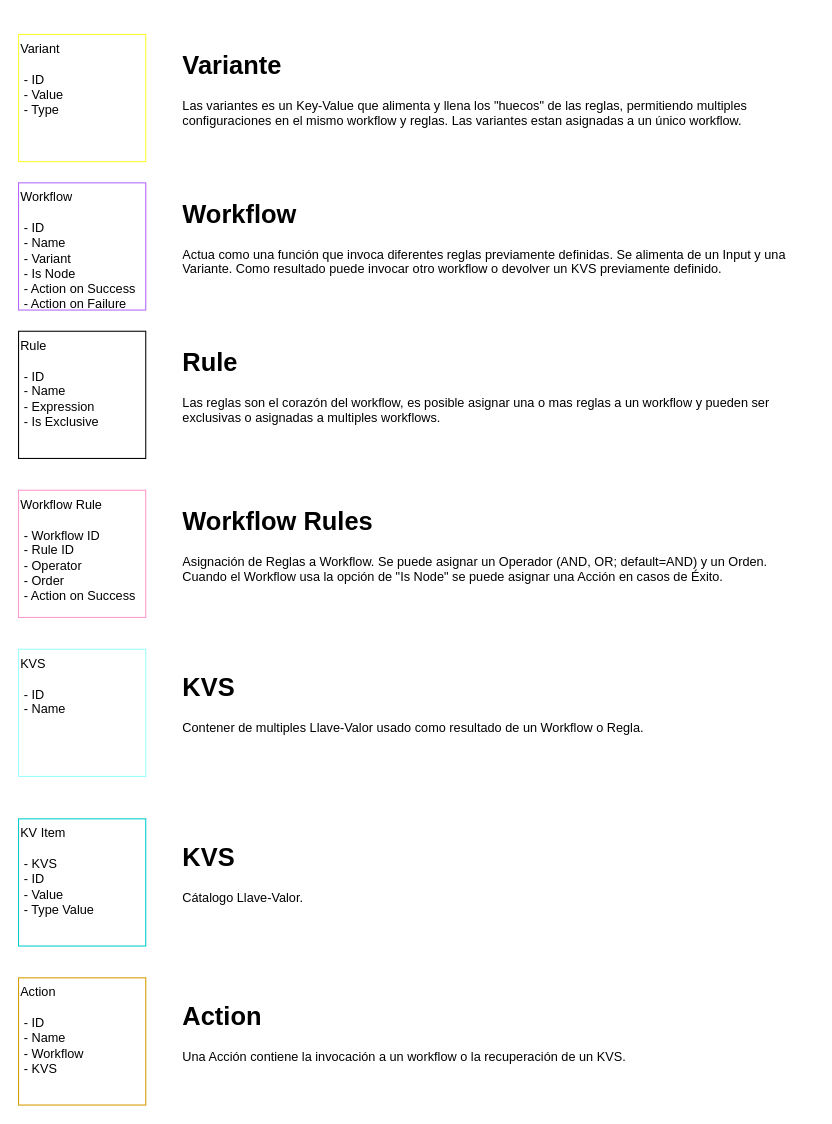
Earlier version of the draw.io diagram page "Componentes" (2 of 3) of NRule.drawio (edervzz/nrules). Source tidied: cells renumbered, new cells numbered last; positions are measured from the earlier drawing's top-left corner, leaving out a move shared by most shapes. Both pictures are drawn from the tidied source at 106%, with x=0, y=0 at pixel (18, 34).
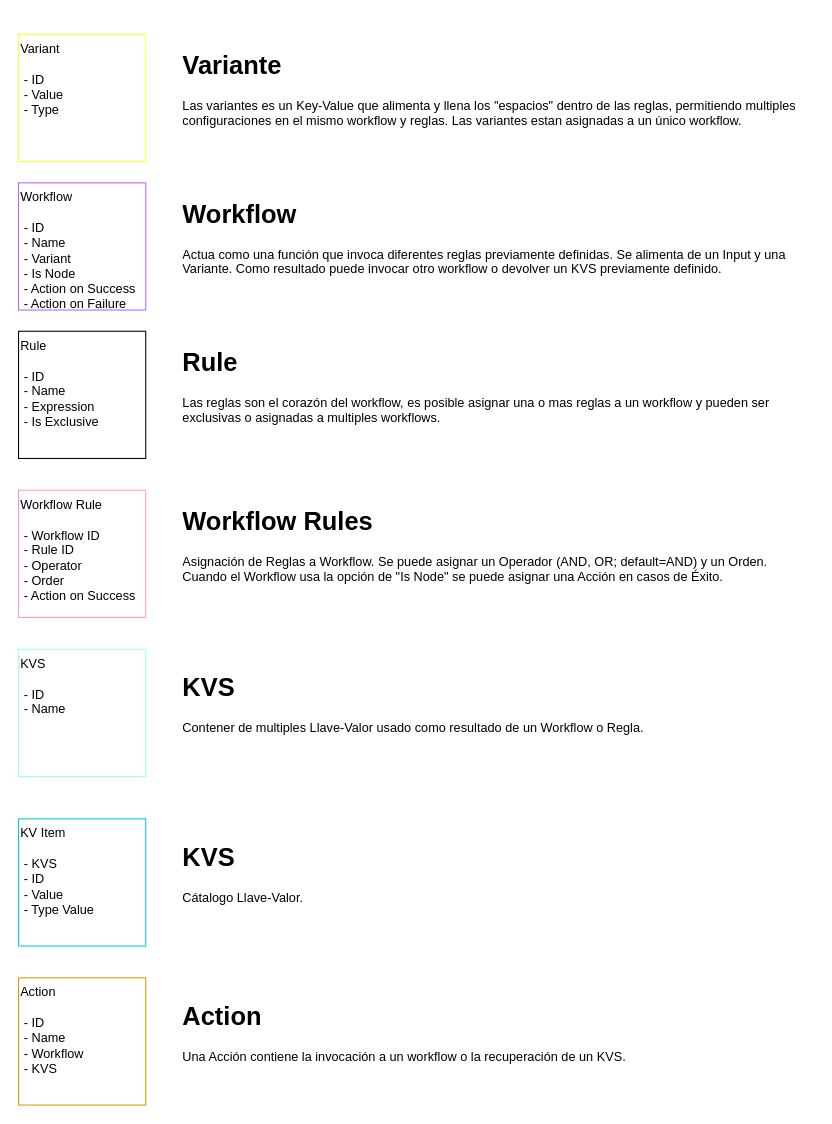
After the change.

Commit message (it also covers changes not shown here):
✨ workflow is parcial result

The edit, as a diff of the source:
```diff
@@
 <mxGraphModel>
   <root>
     <mxCell id="0" />
     <mxCell id="1" parent="0" />
     <mxCell id="2" value="Rule&lt;br&gt;&lt;br&gt;&amp;nbsp;- ID&lt;br&gt;&amp;nbsp;- Name&lt;br&gt;&amp;nbsp;- Expression&lt;br&gt;&amp;nbsp;- Is Exclusive" style="rounded=0;whiteSpace=wrap;html=1;align=left;verticalAlign=top;strokeColor=default;" parent="1" vertex="1">
       <mxGeometry y="280" width="120" height="120" as="geometry" />
     </mxCell>
     <mxCell id="3" value="&lt;h1&gt;Rule&lt;/h1&gt;&lt;p&gt;Las reglas son el corazón del workflow, es posible asignar una o mas reglas a un workflow y pueden ser exclusivas o asignadas a multiples workflows.&lt;/p&gt;" style="text;html=1;strokeColor=none;fillColor=none;spacing=5;spacingTop=-20;whiteSpace=wrap;overflow=hidden;rounded=0;verticalAlign=middle;" parent="1" vertex="1">
       <mxGeometry x="150" y="280" width="600" height="120" as="geometry" />
     </mxCell>
     <mxCell id="4" value="Action&lt;br&gt;&lt;br&gt;&amp;nbsp;- ID&lt;br&gt;&amp;nbsp;- Name&lt;br&gt;&amp;nbsp;- Workflow&lt;br&gt;&amp;nbsp;- KVS" style="rounded=0;whiteSpace=wrap;html=1;strokeColor=#d79b00;fillColor=none;gradientColor=#ffa500;align=left;verticalAlign=top;" parent="1" vertex="1">
       <mxGeometry y="890" width="120" height="120" as="geometry" />
     </mxCell>
     <mxCell id="5" value="&lt;h1&gt;Action&lt;/h1&gt;&lt;p&gt;Una Acción contiene la invocación a un workflow o la recuperación de un KVS.&lt;/p&gt;" style="text;html=1;strokeColor=none;fillColor=none;spacing=5;spacingTop=-20;whiteSpace=wrap;overflow=hidden;rounded=0;verticalAlign=middle;" parent="1" vertex="1">
       <mxGeometry x="150" y="890" width="600" height="120" as="geometry" />
     </mxCell>
     <mxCell id="6" value="KVS&lt;br&gt;&lt;br&gt;&amp;nbsp;- ID&lt;br&gt;&amp;nbsp;- Name" style="rounded=0;whiteSpace=wrap;html=1;strokeColor=#99FFFF;fillColor=none;gradientColor=#ffa500;align=left;verticalAlign=top;" parent="1" vertex="1">
       <mxGeometry y="580" width="120" height="120" as="geometry" />
     </mxCell>
     <mxCell id="7" value="&lt;h1&gt;KVS&lt;/h1&gt;&lt;p&gt;Contener de multiples Llave-Valor usado como resultado de un Workflow o Regla.&lt;/p&gt;" style="text;html=1;strokeColor=none;fillColor=none;spacing=5;spacingTop=-20;whiteSpace=wrap;overflow=hidden;rounded=0;verticalAlign=middle;" parent="1" vertex="1">
       <mxGeometry x="150" y="580" width="600" height="120" as="geometry" />
     </mxCell>
     <mxCell id="8" value="Variant&lt;br&gt;&lt;br&gt;&amp;nbsp;- ID&lt;br&gt;&amp;nbsp;- Value&lt;br&gt;&amp;nbsp;- Type" style="rounded=0;whiteSpace=wrap;html=1;strokeColor=#FFFF33;fillColor=none;gradientColor=#ffd966;align=left;verticalAlign=top;" parent="1" vertex="1">
       <mxGeometry width="120" height="120" as="geometry" />
     </mxCell>
-    <mxCell id="9" value="&lt;h1&gt;Variante&lt;/h1&gt;&lt;p&gt;Las variantes es un Key-Value que alimenta y llena los &quot;huecos&quot; de las reglas, permitiendo multiples configuraciones en el mismo workflow y reglas. Las variantes estan asignadas a un único workflow.&lt;/p&gt;" style="text;html=1;strokeColor=none;fillColor=none;spacing=5;spacingTop=-20;whiteSpace=wrap;overflow=hidden;rounded=0;verticalAlign=middle;" parent="1" vertex="1">
+    <mxCell id="9" value="&lt;h1&gt;Variante&lt;/h1&gt;&lt;p&gt;Las variantes es un Key-Value que alimenta y llena los &quot;espacios&quot; dentro de las reglas, permitiendo multiples configuraciones en el mismo workflow y reglas. Las variantes estan asignadas a un único workflow.&lt;/p&gt;" style="text;html=1;strokeColor=none;fillColor=none;spacing=5;spacingTop=-20;whiteSpace=wrap;overflow=hidden;rounded=0;verticalAlign=middle;" parent="1" vertex="1">
       <mxGeometry x="150" width="600" height="120" as="geometry" />
     </mxCell>
     <mxCell id="10" value="Workflow&lt;br&gt;&lt;br&gt;&amp;nbsp;- ID&lt;br&gt;&amp;nbsp;- Name&lt;br&gt;&amp;nbsp;- Variant&lt;br&gt;&amp;nbsp;- Is Node&lt;br&gt;&amp;nbsp;- Action on Success&lt;br&gt;&amp;nbsp;- Action on Failure" style="rounded=0;whiteSpace=wrap;html=1;verticalAlign=top;align=left;fillColor=none;strokeColor=#B266FF;gradientDirection=south;gradientColor=#7ea6e0;" parent="1" vertex="1">
       <mxGeometry y="140" width="120" height="120" as="geometry" />
     </mxCell>
     <mxCell id="11" value="&lt;h1&gt;Workflow&lt;/h1&gt;&lt;p&gt;Actua como una función que invoca diferentes reglas previamente definidas. Se alimenta de un Input y una Variante. Como resultado puede invocar otro workflow o devolver un KVS previamente definido.&lt;/p&gt;" style="text;html=1;strokeColor=none;fillColor=none;spacing=5;spacingTop=-20;whiteSpace=wrap;overflow=hidden;rounded=0;verticalAlign=middle;" parent="1" vertex="1">
       <mxGeometry x="150" y="140" width="600" height="120" as="geometry" />
     </mxCell>
     <mxCell id="12" value="KV Item&lt;br&gt;&lt;br&gt;&amp;nbsp;- KVS&lt;br&gt;&amp;nbsp;- ID&lt;br&gt;&amp;nbsp;- Value&lt;br&gt;&amp;nbsp;- Type Value" style="rounded=0;whiteSpace=wrap;html=1;strokeColor=#00CCCC;fillColor=none;gradientColor=#ffa500;align=left;verticalAlign=top;" parent="1" vertex="1">
       <mxGeometry y="740" width="120" height="120" as="geometry" />
     </mxCell>
     <mxCell id="13" value="&lt;h1&gt;KVS&lt;/h1&gt;&lt;p&gt;Cátalogo Llave-Valor.&lt;/p&gt;" style="text;html=1;strokeColor=none;fillColor=none;spacing=5;spacingTop=-20;whiteSpace=wrap;overflow=hidden;rounded=0;verticalAlign=middle;" parent="1" vertex="1">
       <mxGeometry x="150" y="740" width="600" height="120" as="geometry" />
     </mxCell>
     <mxCell id="14" value="Workflow Rule&lt;br&gt;&lt;br&gt;&amp;nbsp;- Workflow ID&lt;br&gt;&amp;nbsp;- Rule ID&lt;br&gt;&amp;nbsp;- Operator&lt;br&gt;&amp;nbsp;- Order&lt;br&gt;&amp;nbsp;- Action on Success" style="rounded=0;whiteSpace=wrap;html=1;align=left;verticalAlign=top;strokeColor=#FF99CC;" parent="1" vertex="1">
       <mxGeometry y="430" width="120" height="120" as="geometry" />
     </mxCell>
     <mxCell id="15" value="&lt;h1&gt;Workflow Rules&lt;/h1&gt;&lt;p&gt;Asignación de Reglas a Workflow. Se puede asignar un Operador (AND, OR; default=AND) y un Orden. Cuando el Workflow usa la opción de &quot;Is Node&quot; se puede asignar una Acción en casos de Éxito.&lt;/p&gt;" style="text;html=1;strokeColor=none;fillColor=none;spacing=5;spacingTop=-20;whiteSpace=wrap;overflow=hidden;rounded=0;verticalAlign=middle;" parent="1" vertex="1">
       <mxGeometry x="150" y="430" width="600" height="120" as="geometry" />
     </mxCell>
   </root>
 </mxGraphModel>
```
